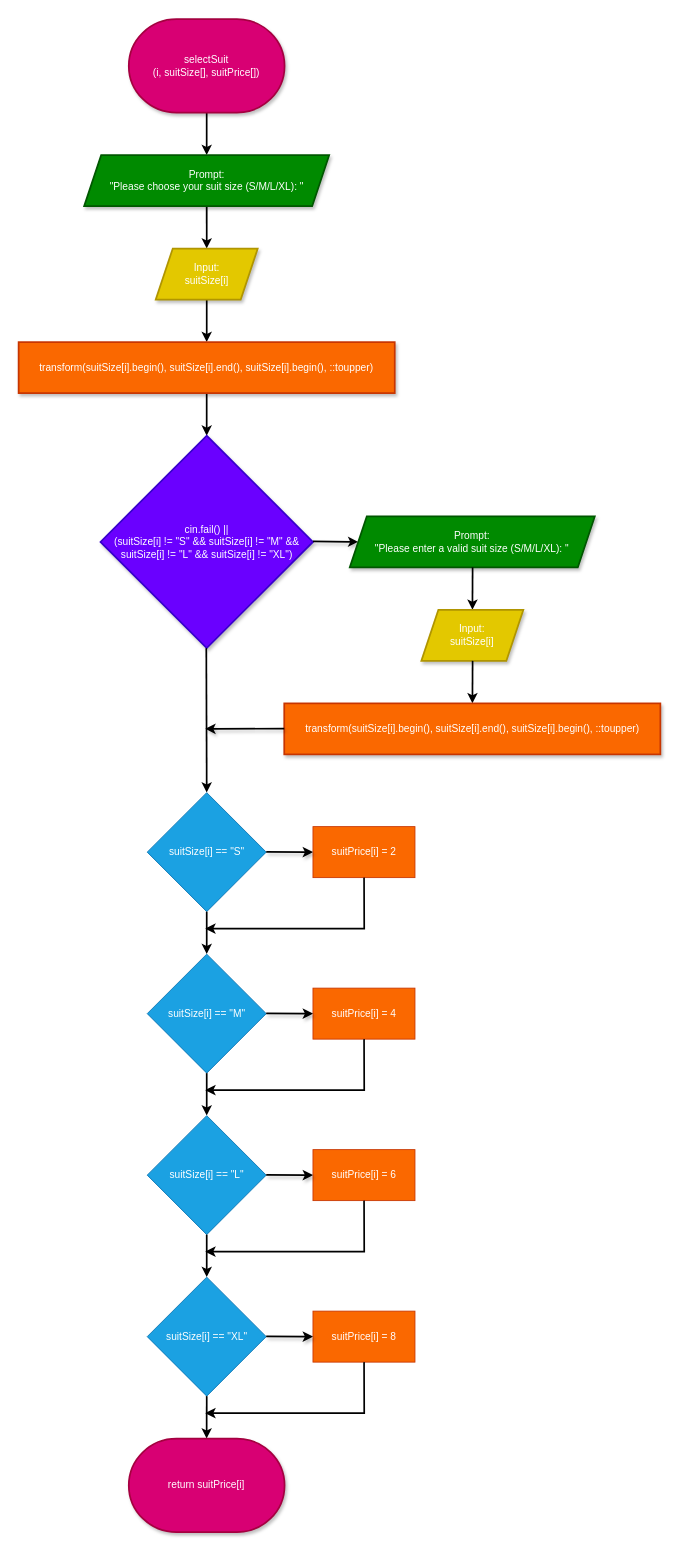
Earlier version of the draw.io diagram Flowcharts (draw.io)/selectSuit.drawio (shahxvi/csc126-group-project). Source tidied: cells renumbered, new cells numbered last; positions are measured from the earlier drawing's top-left corner, leaving out a move shared by most shapes. Both pictures are drawn from the tidied source at 85%, with x=0, y=0 at pixel (18, 19).
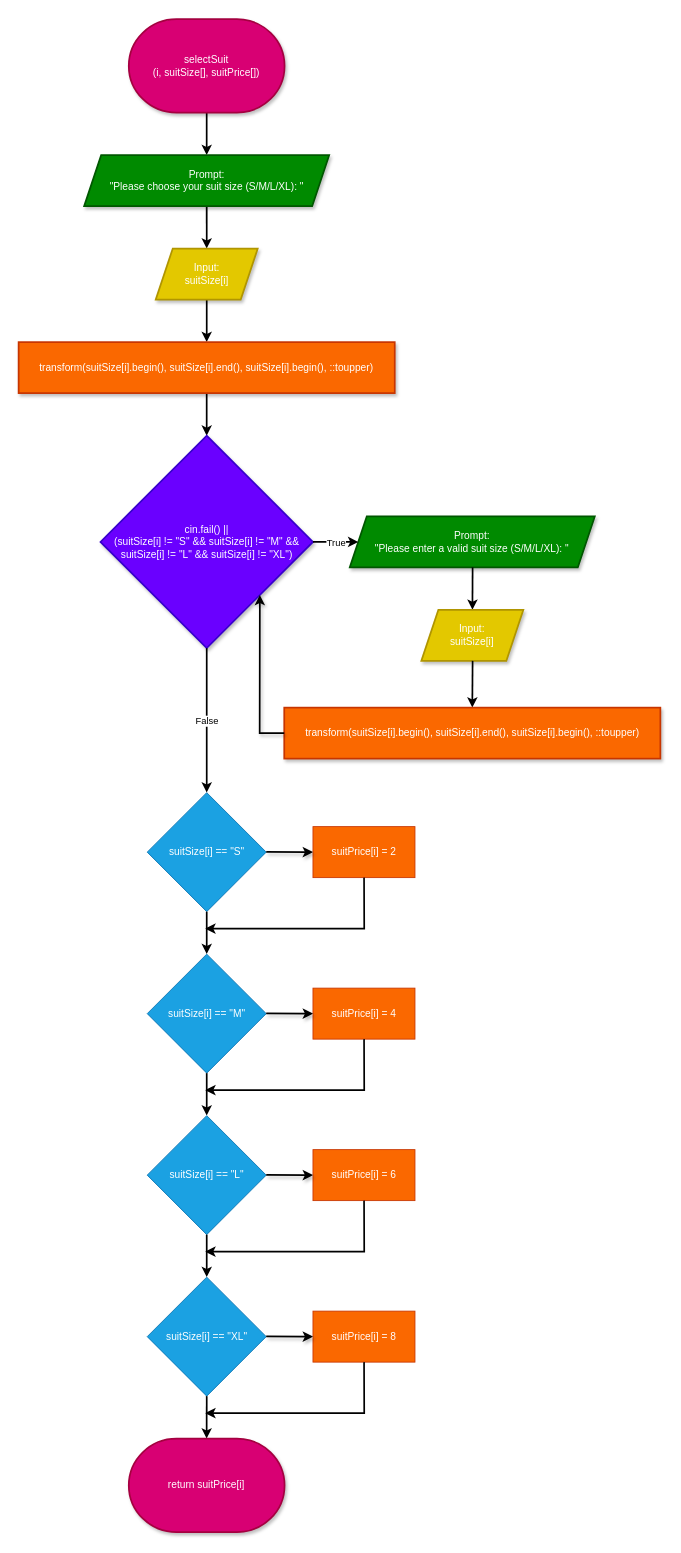
The same page after the edit.

Unchanged cells that the change refers to:
```xml
<mxCell id="10" value="&lt;span style=&quot;color: rgb(255, 255, 255);&quot;&gt;cin.fail() ||&lt;/span&gt;&lt;br&gt;&lt;span style=&quot;color: rgb(255, 255, 255);&quot;&gt;(suitSize[i] != &quot;S&quot; &amp;amp;&amp;amp; suitSize[i] != &quot;M&quot; &amp;amp;&amp;amp; suitSize[i] != &quot;L&quot; &amp;amp;&amp;amp; suitSize[i] != &quot;XL&quot;)&lt;/span&gt;" style="rhombus;whiteSpace=wrap;html=1;fillColor=#6a00ff;strokeColor=#3700CC;fontColor=#ffffff;strokeWidth=2;shadow=1;labelBackgroundColor=none;labelBorderColor=none;" parent="1" vertex="1">
  <mxGeometry x="96.7" y="490" width="250" height="250" as="geometry" />
</mxCell>
<mxCell id="12" value="&lt;span style=&quot;color: rgb(255, 255, 255);&quot;&gt;Prompt:&lt;/span&gt;&lt;br&gt;&lt;span style=&quot;color: rgb(255, 255, 255);&quot;&gt;&quot;Please enter a valid suit size (S/M/L/XL): &quot;&lt;/span&gt;" style="shape=parallelogram;perimeter=parallelogramPerimeter;whiteSpace=wrap;html=1;fixedSize=1;fillColor=#008a00;strokeColor=#005700;fontColor=#ffffff;strokeWidth=2;shadow=1;" parent="1" vertex="1">
  <mxGeometry x="390" y="585" width="288.3" height="60" as="geometry" />
</mxCell>
<mxCell id="18" value="suitSize[i] == &quot;S&quot;" style="rhombus;whiteSpace=wrap;html=1;fillColor=#1ba1e2;fontColor=#ffffff;strokeColor=#006EAF;" parent="1" vertex="1">
  <mxGeometry x="151.7" y="910" width="140" height="140" as="geometry" />
</mxCell>
```

The edit, as a diff of the source:
```diff
@@
-    <mxCell id="11" style="edgeStyle=none;html=1;strokeWidth=2;shadow=1;entryX=0;entryY=0.5;entryDx=0;entryDy=0;" parent="1" edge="1" target="12">
-      <mxGeometry relative="1" as="geometry">
-        <mxPoint x="346.7" y="614.5" as="sourcePoint" />
-      </mxGeometry>
-    </mxCell>
@@
-    <mxCell id="15" style="edgeStyle=none;html=1;strokeWidth=2;" parent="1" edge="1" target="16">
+    <mxCell id="15" style="edgeStyle=none;html=1;strokeWidth=2;entryX=0.5;entryY=0;entryDx=0;entryDy=0;" parent="1" edge="1" target="16">
       <mxGeometry relative="1" as="geometry">
         <mxPoint x="534.5" y="755" as="sourcePoint" />
       </mxGeometry>
     </mxCell>
     <mxCell id="16" value="&lt;div style=&quot;text-align: start;&quot;&gt;&lt;font style=&quot;color: rgb(255, 255, 255);&quot;&gt;&lt;font style=&quot;&quot; face=&quot;monospace&quot;&gt;&lt;span style=&quot;font-size: 0px; white-space-collapse: collapse;&quot;&gt;&lt;span style=&quot;white-space: pre;&quot;&gt;&#9;&lt;/span&gt;std::transform(suitSize[i].begin(), suitSize[i].end(), suitSize[i].begin(), ::toupper)&lt;/span&gt;&lt;/font&gt;transform(suitSize[i].begin(), suitSize[i].end(), suitSize[i].begin(), ::toupper)&lt;/font&gt;&lt;/div&gt;" style="whiteSpace=wrap;html=1;fillColor=#fa6800;strokeColor=#C73500;fontColor=#000000;strokeWidth=2;shadow=1;labelBackgroundColor=none;labelBorderColor=none;" parent="1" vertex="1">
-      <mxGeometry x="312.9" y="805" width="442.5" height="60" as="geometry" />
+      <mxGeometry x="312.9" y="810" width="442.5" height="60" as="geometry" />
     </mxCell>
-    <mxCell id="17" style="edgeStyle=none;html=1;strokeWidth=2;entryX=0.5;entryY=0;entryDx=0;entryDy=0;" parent="1" edge="1" target="18">
-      <mxGeometry relative="1" as="geometry">
-        <mxPoint x="221.2" y="740" as="sourcePoint" />
-      </mxGeometry>
-    </mxCell>
@@
-    <mxCell id="19" style="edgeStyle=none;html=1;strokeWidth=2;shadow=1;" parent="1" edge="1">
+    <mxCell id="19" style="edgeStyle=none;html=1;strokeWidth=2;shadow=1;entryX=1;entryY=1;entryDx=0;entryDy=0;exitX=0;exitY=0.5;exitDx=0;exitDy=0;rounded=0;curved=0;" parent="1" edge="1" source="16" target="10">
       <mxGeometry relative="1" as="geometry">
-        <mxPoint x="312.9" y="834.7" as="sourcePoint" />
-        <mxPoint x="220" y="835" as="targetPoint" />
+        <Array as="points">
+          <mxPoint x="284" y="840" />
+        </Array>
       </mxGeometry>
     </mxCell>
@@
+    <mxCell id="40" style="endArrow=classic;html=1;exitX=1;exitY=0.5;exitDx=0;exitDy=0;entryX=0;entryY=0.5;entryDx=0;entryDy=0;strokeWidth=2;" parent="1" edge="1" source="10" target="12">
+      <mxGeometry relative="1" as="geometry" />
+    </mxCell>
+    <mxCell id="41" value="True" style="edgeLabel;html=1;align=center;verticalAlign=middle;" parent="40" vertex="1">
+      <mxGeometry relative="1" as="geometry" />
+    </mxCell>
+    <mxCell id="42" style="endArrow=classic;html=1;exitX=0.5;exitY=1;exitDx=0;exitDy=0;entryX=0.5;entryY=0;entryDx=0;entryDy=0;strokeWidth=2;" parent="1" edge="1" source="10" target="18">
+      <mxGeometry relative="1" as="geometry" />
+    </mxCell>
+    <mxCell id="43" value="False" style="edgeLabel;html=1;align=center;verticalAlign=middle;" parent="42" vertex="1">
+      <mxGeometry relative="1" as="geometry" />
+    </mxCell>
```
